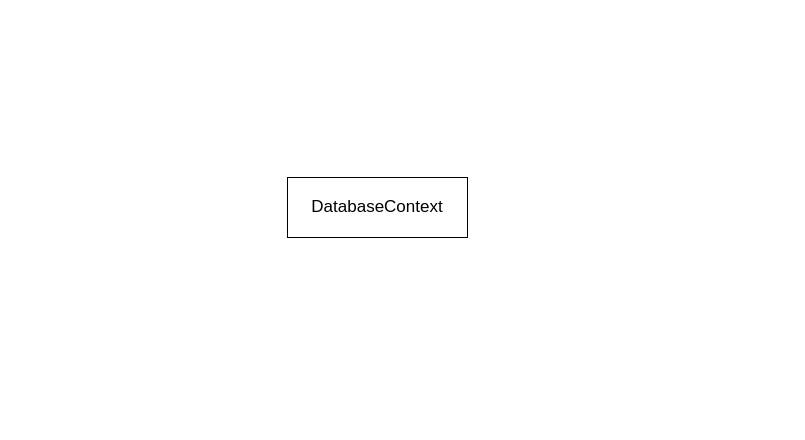
The draw.io diagram page "DatabaseSending" (8 of 12) of Engineering/Packets.drawio in GoldGreen/Skeletonization, before the edit. Source tidied: cells renumbered, new cells numbered last; positions are measured from the earlier drawing's top-left corner, leaving out a move shared by most shapes. Both pictures are drawn from the tidied source at 100%, with x=0, y=0 at pixel (287, 177).
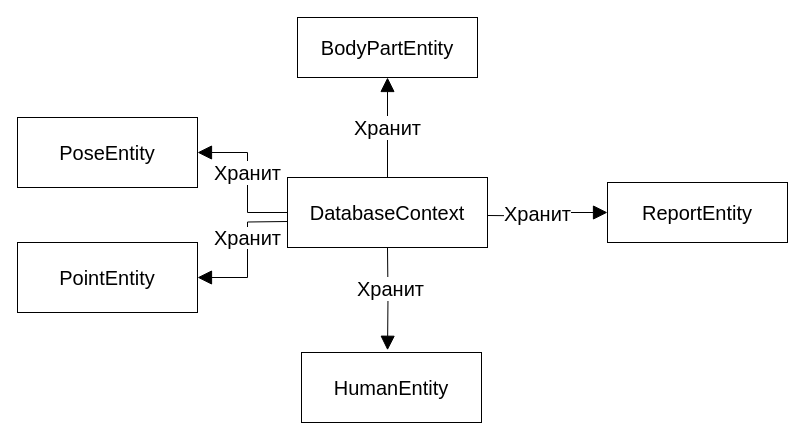
After the change.

The edit, as a diff of the source:
```diff
@@
 <mxGraphModel>
   <root>
     <mxCell id="0" />
     <mxCell id="1" parent="0" />
+    <mxCell id="3" style="edgeStyle=orthogonalEdgeStyle;rounded=0;jettySize=auto;html=1;exitX=0;exitY=0.5;exitDx=0;exitDy=0;entryX=1;entryY=0.5;entryDx=0;entryDy=0;fontSize=20;startArrow=none;startFill=0;endArrow=block;endFill=1;startSize=11;endSize=12;" parent="1" edge="1" source="2" target="8">
+      <mxGeometry relative="1" as="geometry" />
+    </mxCell>
+    <mxCell id="4" value="&lt;span style=&quot;font-size: 20px;&quot;&gt;Хранит&lt;/span&gt;" style="edgeLabel;html=1;align=center;verticalAlign=middle;fontSize=20;" parent="3" vertex="1">
+      <mxGeometry x="0.08" y="1" relative="1" as="geometry" />
+    </mxCell>
+    <mxCell id="5" value="Хранит" style="edgeStyle=orthogonalEdgeStyle;rounded=0;jettySize=auto;html=1;exitX=0.5;exitY=0;exitDx=0;exitDy=0;fontSize=20;startArrow=none;startFill=0;endArrow=block;endFill=1;startSize=11;endSize=12;" parent="1" edge="1" source="2" target="10">
+      <mxGeometry relative="1" as="geometry" />
+    </mxCell>
-    <mxCell id="2" value="DatabaseContext" style="rounded=0;whiteSpace=wrap;html=1;fontSize=17;" parent="1" vertex="1">
-      <mxGeometry width="180" height="60" as="geometry" />
+    <mxCell id="2" value="DatabaseContext" style="rounded=0;whiteSpace=wrap;html=1;fontSize=20;" parent="1" vertex="1">
+      <mxGeometry width="200" height="70" as="geometry" />
     </mxCell>
+    <mxCell id="6" value="HumanEntity" style="rounded=0;whiteSpace=wrap;html=1;fontSize=20;" parent="1" vertex="1">
+      <mxGeometry x="14" y="175" width="180" height="70" as="geometry" />
+    </mxCell>
+    <mxCell id="7" value="ReportEntity" style="rounded=0;whiteSpace=wrap;html=1;fontSize=20;" parent="1" vertex="1">
+      <mxGeometry x="320" y="5" width="180" height="60" as="geometry" />
+    </mxCell>
+    <mxCell id="8" value="PoseEntity" style="rounded=0;whiteSpace=wrap;html=1;fontSize=20;" parent="1" vertex="1">
+      <mxGeometry x="-270" y="-60" width="180" height="70" as="geometry" />
+    </mxCell>
+    <mxCell id="9" value="PointEntity" style="rounded=0;whiteSpace=wrap;html=1;fontSize=20;" parent="1" vertex="1">
+      <mxGeometry x="-270" y="65" width="180" height="70" as="geometry" />
+    </mxCell>
+    <mxCell id="10" value="BodyPartEntity" style="rounded=0;whiteSpace=wrap;html=1;fontSize=20;" parent="1" vertex="1">
+      <mxGeometry x="10" y="-160" width="180" height="60" as="geometry" />
+    </mxCell>
+    <mxCell id="11" style="edgeStyle=orthogonalEdgeStyle;rounded=0;jettySize=auto;html=1;exitX=1;exitY=0.5;exitDx=0;exitDy=0;entryX=0;entryY=0.5;entryDx=0;entryDy=0;fontSize=20;startArrow=none;startFill=0;endArrow=block;endFill=1;startSize=11;endSize=12;" parent="1" edge="1" target="7">
+      <mxGeometry relative="1" as="geometry">
+        <mxPoint x="200" y="38" as="sourcePoint" />
+      </mxGeometry>
+    </mxCell>
+    <mxCell id="12" value="&lt;span style=&quot;font-size: 20px;&quot;&gt;Хранит&lt;/span&gt;" style="edgeLabel;html=1;align=center;verticalAlign=middle;fontSize=20;" parent="11" vertex="1">
+      <mxGeometry x="-0.18" relative="1" as="geometry">
+        <mxPoint x="-1" y="-3" as="offset" />
+      </mxGeometry>
+    </mxCell>
+    <mxCell id="13" style="edgeStyle=orthogonalEdgeStyle;rounded=0;jettySize=auto;html=1;exitX=0;exitY=0.75;exitDx=0;exitDy=0;entryX=1;entryY=0.5;entryDx=0;entryDy=0;fontSize=20;startArrow=none;startFill=0;endArrow=block;endFill=1;startSize=11;endSize=12;" parent="1" edge="1" target="9">
+      <mxGeometry relative="1" as="geometry">
+        <mxPoint y="44" as="sourcePoint" />
+      </mxGeometry>
+    </mxCell>
+    <mxCell id="14" style="edgeStyle=orthogonalEdgeStyle;rounded=0;jettySize=auto;html=1;exitX=0.5;exitY=1;exitDx=0;exitDy=0;entryX=0.478;entryY=-0.032;entryDx=0;entryDy=0;entryPerimeter=0;fontSize=20;startArrow=none;startFill=0;endArrow=block;endFill=1;startSize=11;endSize=12;" parent="1" edge="1" target="6">
+      <mxGeometry relative="1" as="geometry">
+        <mxPoint x="100" y="70" as="sourcePoint" />
+      </mxGeometry>
+    </mxCell>
+    <mxCell id="15" value="&lt;span style=&quot;font-size: 20px;&quot;&gt;Хранит&lt;/span&gt;" style="edgeLabel;html=1;align=center;verticalAlign=middle;fontSize=20;" parent="14" vertex="1">
+      <mxGeometry x="-0.21" y="2" relative="1" as="geometry" />
+    </mxCell>
+    <mxCell id="16" value="&lt;span style=&quot;font-size: 20px; background-color: rgb(255, 255, 255);&quot;&gt;Хранит&lt;/span&gt;" style="text;html=1;align=center;verticalAlign=middle;strokeColor=none;fillColor=none;fontSize=20;" parent="1" vertex="1">
+      <mxGeometry x="-80" y="45" width="80" height="30" as="geometry" />
+    </mxCell>
   </root>
 </mxGraphModel>
```
